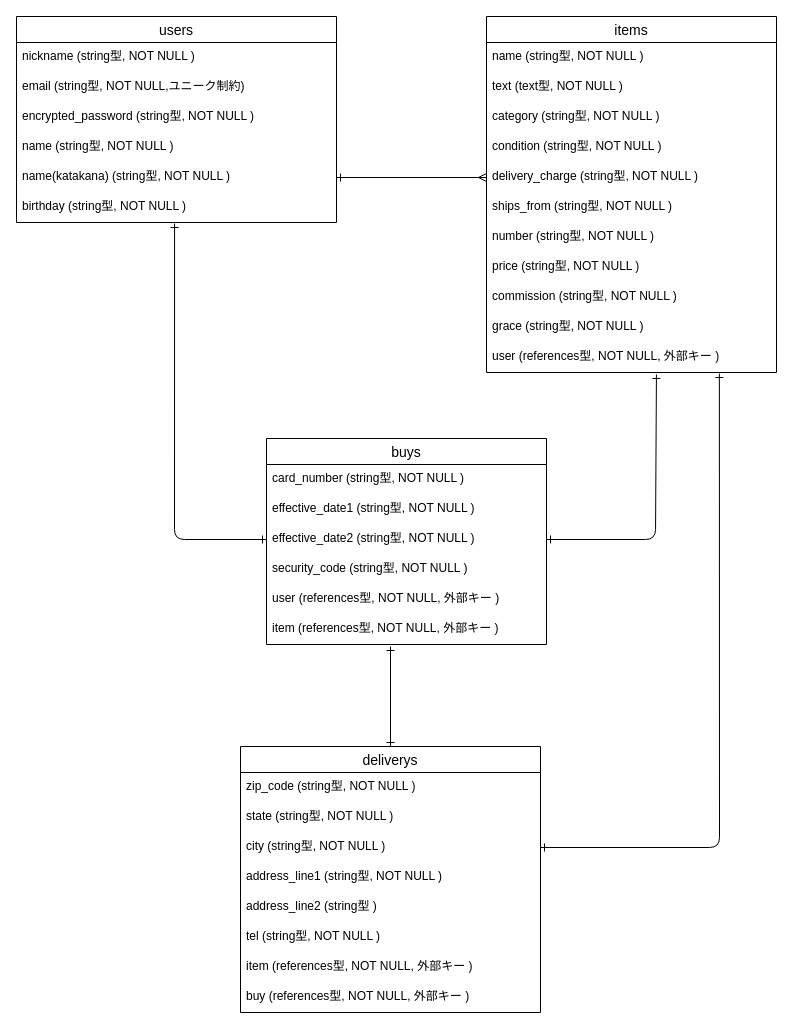
This is furima.dio from Lemon-liq/furima-38117, a draw.io file, before an edit. Source tidied: cells renumbered, new cells numbered last; positions are measured from the earlier drawing's top-left corner, leaving out a move shared by most shapes. Both pictures are drawn from the tidied source at 100%, with x=0, y=0 at pixel (16, 16).
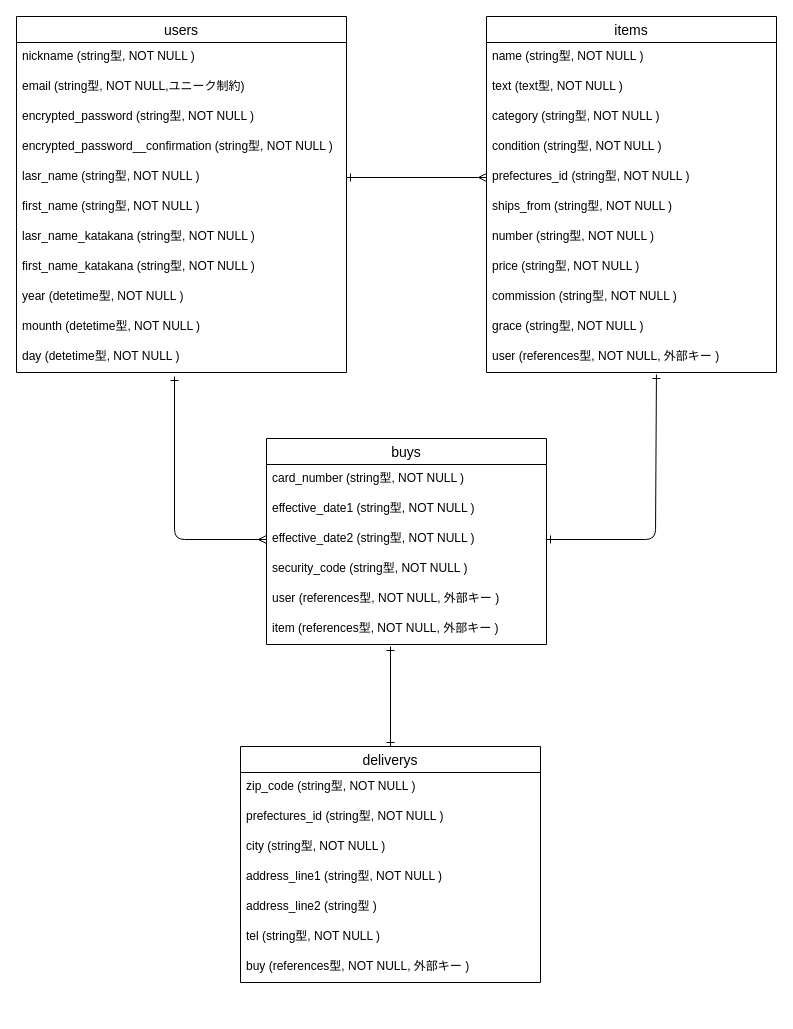
The same page after the edit.

Commit message (it also covers changes not shown here):
データベース設計2

The change refers to these unchanged cells:
```xml
<mxCell id="9" value="items" style="swimlane;fontStyle=0;horizontal=1;startSize=26;align=center;fontSize=14;" parent="1" vertex="1">
  <mxGeometry x="470" width="290" height="356" as="geometry" />
</mxCell>
<mxCell id="20" value="user (references型, NOT NULL, 外部キー )" style="text;strokeColor=none;fillColor=none;spacingLeft=4;spacingRight=4;overflow=hidden;points=[[0,0.5],[1,0.5]];portConstraint=eastwest;fontSize=12;" parent="9" vertex="1">
  <mxGeometry y="326" width="290" height="30" as="geometry" />
</mxCell>
<mxCell id="24" value="effective_date2 (string型, NOT NULL )" style="text;strokeColor=none;fillColor=none;spacingLeft=4;spacingRight=4;overflow=hidden;points=[[0,0.5],[1,0.5]];portConstraint=eastwest;fontSize=12;" parent="21" vertex="1">
  <mxGeometry y="86" width="280" height="30" as="geometry" />
</mxCell>
<mxCell id="31" value="city (string型, NOT NULL )" style="text;strokeColor=none;fillColor=none;spacingLeft=4;spacingRight=4;overflow=hidden;points=[[0,0.5],[1,0.5]];portConstraint=eastwest;fontSize=12;" parent="28" vertex="1">
  <mxGeometry y="86" width="300" height="30" as="geometry" />
</mxCell>
```

Diff of the diagram source:
```diff
@@
     <mxCell id="2" value="users" style="swimlane;fontStyle=0;horizontal=1;startSize=26;align=center;fontSize=14;spacing=2;" parent="1" vertex="1">
-      <mxGeometry width="320" height="206" as="geometry" />
+      <mxGeometry width="330" height="356" as="geometry" />
     </mxCell>
     <mxCell id="3" value="nickname (string型, NOT NULL )" style="text;strokeColor=none;fillColor=none;spacingLeft=4;spacingRight=4;overflow=hidden;fontSize=12;" parent="2" vertex="1">
-      <mxGeometry y="26" width="320" height="30" as="geometry" />
+      <mxGeometry y="26" width="330" height="30" as="geometry" />
     </mxCell>
     <mxCell id="4" value="email (string型, NOT NULL,ユニーク制約)" style="text;strokeColor=none;fillColor=none;spacingLeft=4;spacingRight=4;overflow=hidden;fontSize=12;" parent="2" vertex="1">
-      <mxGeometry y="56" width="320" height="30" as="geometry" />
+      <mxGeometry y="56" width="330" height="30" as="geometry" />
     </mxCell>
     <mxCell id="5" value="encrypted_password (string型, NOT NULL )" style="text;strokeColor=none;fillColor=none;spacingLeft=4;spacingRight=4;overflow=hidden;fontSize=12;" parent="2" vertex="1">
-      <mxGeometry y="86" width="320" height="30" as="geometry" />
+      <mxGeometry y="86" width="330" height="30" as="geometry" />
     </mxCell>
+    <mxCell id="42" value="encrypted_password__confirmation (string型, NOT NULL )" style="text;strokeColor=none;fillColor=none;spacingLeft=4;spacingRight=4;overflow=hidden;fontSize=12;" parent="2" vertex="1">
+      <mxGeometry y="116" width="330" height="30" as="geometry" />
+    </mxCell>
-    <mxCell id="6" value="name (string型, NOT NULL )" style="text;strokeColor=none;fillColor=none;spacingLeft=4;spacingRight=4;overflow=hidden;points=[[0,0.5],[1,0.5]];portConstraint=eastwest;fontSize=12;" parent="2" vertex="1">
-      <mxGeometry y="116" width="320" height="30" as="geometry" />
+    <mxCell id="6" value="lasr_name (string型, NOT NULL )" style="text;strokeColor=none;fillColor=none;spacingLeft=4;spacingRight=4;overflow=hidden;points=[[0,0.5],[1,0.5]];portConstraint=eastwest;fontSize=12;" parent="2" vertex="1">
+      <mxGeometry y="146" width="330" height="30" as="geometry" />
     </mxCell>
+    <mxCell id="43" value="first_name (string型, NOT NULL )" style="text;strokeColor=none;fillColor=none;spacingLeft=4;spacingRight=4;overflow=hidden;fontSize=12;" parent="2" vertex="1">
+      <mxGeometry y="176" width="330" height="30" as="geometry" />
+    </mxCell>
+    <mxCell id="44" value="lasr_name_katakana (string型, NOT NULL )" style="text;strokeColor=none;fillColor=none;spacingLeft=4;spacingRight=4;overflow=hidden;fontSize=12;" parent="2" vertex="1">
+      <mxGeometry y="206" width="330" height="30" as="geometry" />
+    </mxCell>
-    <mxCell id="7" value="name(katakana) (string型, NOT NULL )" style="text;strokeColor=none;fillColor=none;spacingLeft=4;spacingRight=4;overflow=hidden;points=[[0,0.5],[1,0.5]];portConstraint=eastwest;fontSize=12;" parent="2" vertex="1">
-      <mxGeometry y="146" width="320" height="30" as="geometry" />
+    <mxCell id="7" value="first_name_katakana (string型, NOT NULL )" style="text;strokeColor=none;fillColor=none;spacingLeft=4;spacingRight=4;overflow=hidden;points=[[0,0.5],[1,0.5]];portConstraint=eastwest;fontSize=12;" parent="2" vertex="1">
+      <mxGeometry y="236" width="330" height="30" as="geometry" />
     </mxCell>
-    <mxCell id="8" value="birthday (string型, NOT NULL )" style="text;strokeColor=none;fillColor=none;spacingLeft=4;spacingRight=4;overflow=hidden;points=[[0,0.5],[1,0.5]];portConstraint=eastwest;fontSize=12;" parent="2" vertex="1">
-      <mxGeometry y="176" width="320" height="30" as="geometry" />
+    <mxCell id="8" value="year (detetime型, NOT NULL )" style="text;strokeColor=none;fillColor=none;spacingLeft=4;spacingRight=4;overflow=hidden;points=[[0,0.5],[1,0.5]];portConstraint=eastwest;fontSize=12;" parent="2" vertex="1">
+      <mxGeometry y="266" width="330" height="30" as="geometry" />
     </mxCell>
+    <mxCell id="45" value="mounth (detetime型, NOT NULL )" style="text;strokeColor=none;fillColor=none;spacingLeft=4;spacingRight=4;overflow=hidden;fontSize=12;" parent="2" vertex="1">
+      <mxGeometry y="296" width="330" height="30" as="geometry" />
+    </mxCell>
+    <mxCell id="46" value="day (detetime型, NOT NULL )" style="text;strokeColor=none;fillColor=none;spacingLeft=4;spacingRight=4;overflow=hidden;fontSize=12;" parent="2" vertex="1">
+      <mxGeometry y="326" width="330" height="30" as="geometry" />
+    </mxCell>
@@
-    <mxCell id="14" value="delivery_charge (string型, NOT NULL )" style="text;strokeColor=none;fillColor=none;spacingLeft=4;spacingRight=4;overflow=hidden;points=[[0,0.5],[1,0.5]];portConstraint=eastwest;fontSize=12;" parent="9" vertex="1">
+    <mxCell id="14" value="prefectures_id (string型, NOT NULL )" style="text;strokeColor=none;fillColor=none;spacingLeft=4;spacingRight=4;overflow=hidden;points=[[0,0.5],[1,0.5]];portConstraint=eastwest;fontSize=12;" parent="9" vertex="1">
       <mxGeometry y="146" width="290" height="30" as="geometry" />
     </mxCell>
@@
     <mxCell id="28" value="deliverys" style="swimlane;fontStyle=0;horizontal=1;startSize=26;align=center;fontSize=14;" parent="1" vertex="1">
-      <mxGeometry x="224" y="730" width="300" height="266" as="geometry" />
+      <mxGeometry x="224" y="730" width="300" height="236" as="geometry" />
     </mxCell>
@@
-    <mxCell id="30" value="state (string型, NOT NULL )" style="text;strokeColor=none;fillColor=none;spacingLeft=4;spacingRight=4;overflow=hidden;fontSize=12;" parent="28" vertex="1">
+    <mxCell id="30" value="prefectures_id (string型, NOT NULL )" style="text;strokeColor=none;fillColor=none;spacingLeft=4;spacingRight=4;overflow=hidden;fontSize=12;" parent="28" vertex="1">
       <mxGeometry y="56" width="300" height="30" as="geometry" />
     </mxCell>
@@
-    <mxCell id="35" value="item (references型, NOT NULL, 外部キー )" style="text;strokeColor=none;fillColor=none;spacingLeft=4;spacingRight=4;overflow=hidden;fontSize=12;" parent="28" vertex="1">
-      <mxGeometry y="206" width="300" height="30" as="geometry" />
-    </mxCell>
     <mxCell id="36" value="buy (references型, NOT NULL, 外部キー )" style="text;strokeColor=none;fillColor=none;spacingLeft=4;spacingRight=4;overflow=hidden;fontSize=12;" parent="28" vertex="1">
-      <mxGeometry y="236" width="300" height="30" as="geometry" />
+      <mxGeometry y="206" width="300" height="30" as="geometry" />
     </mxCell>
-    <mxCell id="37" style="edgeStyle=none;jumpSize=12;html=1;entryX=0;entryY=0.5;entryDx=0;entryDy=0;endArrow=ERmany;endFill=0;endSize=6;exitX=1;exitY=0.5;exitDx=0;exitDy=0;startArrow=ERone;startFill=0;" parent="1" edge="1" source="7" target="14">
+    <mxCell id="37" style="edgeStyle=none;jumpSize=12;html=1;entryX=0;entryY=0.5;entryDx=0;entryDy=0;endArrow=ERmany;endFill=0;endSize=6;exitX=1;exitY=0.5;exitDx=0;exitDy=0;startArrow=ERone;startFill=0;" parent="1" edge="1" source="6" target="14">
       <mxGeometry relative="1" as="geometry" />
     </mxCell>
@@
-    <mxCell id="39" style="edgeStyle=none;jumpSize=12;html=1;exitX=1;exitY=0.5;exitDx=0;exitDy=0;startArrow=ERone;startFill=0;endArrow=ERone;endFill=0;endSize=6;entryX=0.803;entryY=1.033;entryDx=0;entryDy=0;entryPerimeter=0;" parent="1" edge="1" source="31" target="20">
-      <mxGeometry relative="1" as="geometry">
-        <Array as="points">
-          <mxPoint x="703" y="831" />
-        </Array>
-      </mxGeometry>
-    </mxCell>
@@
-    <mxCell id="41" style="edgeStyle=none;jumpSize=12;html=1;exitX=0.494;exitY=1.033;exitDx=0;exitDy=0;entryX=0;entryY=0.5;entryDx=0;entryDy=0;startArrow=ERone;startFill=0;endArrow=ERone;endFill=0;endSize=6;exitPerimeter=0;" parent="1" edge="1" source="8" target="24">
+    <mxCell id="41" style="edgeStyle=none;jumpSize=12;html=1;entryX=0;entryY=0.5;entryDx=0;entryDy=0;startArrow=ERone;startFill=0;endArrow=ERmany;endFill=0;endSize=6;" parent="1" edge="1" target="24">
       <mxGeometry relative="1" as="geometry">
+        <mxPoint x="158" y="360" as="sourcePoint" />
         <Array as="points">
           <mxPoint x="158" y="523" />
         </Array>
       </mxGeometry>
     </mxCell>
```
